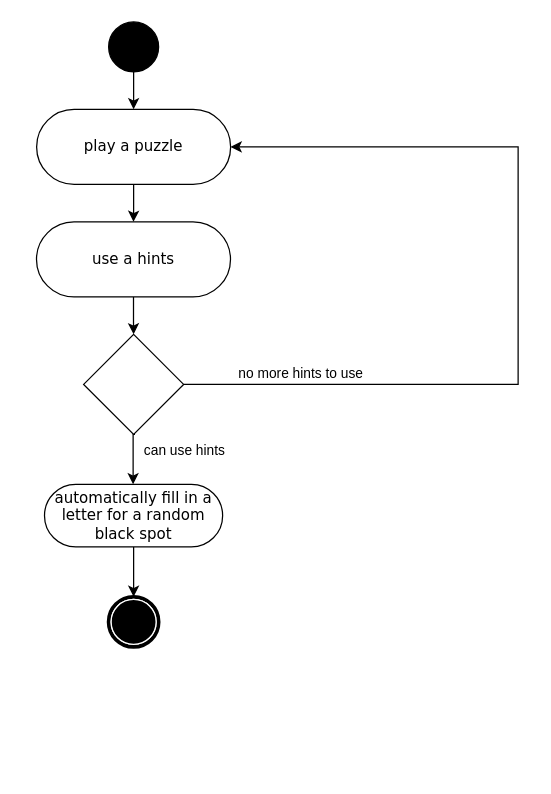
The draw.io diagram use hints.drawio in maxinimize/uml, before the edit. Source tidied: cells renumbered, new cells numbered last; positions are measured from the earlier drawing's top-left corner, leaving out a move shared by most shapes. Both pictures are drawn from the tidied source at 125%, with x=0, y=0 at pixel (36, 21).
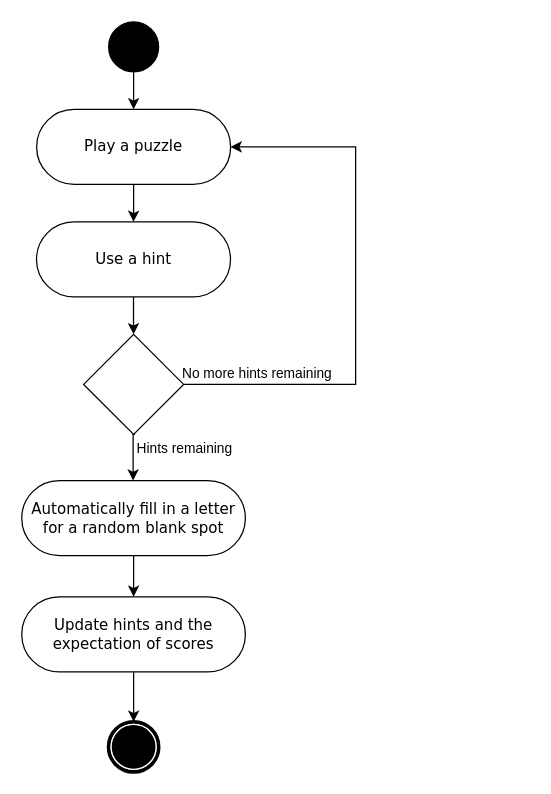
After the change.

Unchanged cells that the change refers to:
```xml
<mxCell id="9" style="edgeStyle=orthogonalEdgeStyle;rounded=0;jettySize=auto;html=1;" parent="1" edge="1" target="3">
  <mxGeometry relative="1" as="geometry">
    <mxPoint x="77" y="290" as="sourcePoint" />
    <Array as="points">
      <mxPoint x="78" y="290" />
      <mxPoint x="78" y="330" />
      <mxPoint x="77" y="330" />
    </Array>
  </mxGeometry>
</mxCell>
<mxCell id="13" style="rhombus;whiteSpace=wrap;html=1;" parent="1" vertex="1">
  <mxGeometry x="37.4" y="250" width="80" height="80" as="geometry" />
</mxCell>
```

What changed in the source:
```diff
@@
-    <mxCell id="2" style="edgeStyle=orthogonalEdgeStyle;rounded=0;jettySize=auto;html=1;" parent="1" edge="1" source="3" target="6">
-      <mxGeometry relative="1" as="geometry" />
-    </mxCell>
+    <mxCell id="16" style="edgeStyle=orthogonalEdgeStyle;rounded=0;jettySize=auto;html=1;" parent="1" edge="1" source="3" target="18">
+      <mxGeometry relative="1" as="geometry" />
+    </mxCell>
-    <mxCell id="3" value="automatically fill in a letter for a random black spot" style="rounded=1;whiteSpace=wrap;html=1;shadow=0;comic=0;labelBackgroundColor=none;strokeWidth=1;fontFamily=Verdana;fontSize=12;align=center;arcSize=50;" parent="1" vertex="1">
-      <mxGeometry x="6.1" y="370" width="142.5" height="50" as="geometry" />
+    <mxCell id="3" value="Automatically fill in a letter for a random blank spot" style="rounded=1;whiteSpace=wrap;html=1;shadow=0;comic=0;labelBackgroundColor=none;strokeWidth=1;fontFamily=Verdana;fontSize=12;align=center;arcSize=50;" parent="1" vertex="1">
+      <mxGeometry x="-12.1" y="367" width="178.9" height="60" as="geometry" />
     </mxCell>
@@
     <mxCell id="6" style="shape=mxgraph.bpmn.shape;html=1;verticalLabelPosition=bottom;labelBackgroundColor=#ffffff;verticalAlign=top;perimeter=ellipsePerimeter;outline=end;symbol=terminate;rounded=0;shadow=0;comic=0;strokeWidth=1;fontFamily=Verdana;fontSize=12;align=center;" parent="1" vertex="1">
-      <mxGeometry x="57.4" y="460" width="40" height="40" as="geometry" />
+      <mxGeometry x="57.4" y="560" width="40" height="40" as="geometry" />
     </mxCell>
@@
-    <mxCell id="8" value="play a puzzle" style="rounded=1;whiteSpace=wrap;html=1;shadow=0;comic=0;labelBackgroundColor=none;strokeWidth=1;fontFamily=Verdana;fontSize=12;align=center;arcSize=50;" parent="1" vertex="1">
+    <mxCell id="8" value="Play a puzzle" style="rounded=1;whiteSpace=wrap;html=1;shadow=0;comic=0;labelBackgroundColor=none;strokeWidth=1;fontFamily=Verdana;fontSize=12;align=center;arcSize=50;" parent="1" vertex="1">
       <mxGeometry x="-0.2" y="70" width="155.2" height="60" as="geometry" />
     </mxCell>
@@
-    <mxCell id="10" value="can use hints" style="edgeLabel;html=1;align=center;verticalAlign=middle;" parent="9" vertex="1">
+    <mxCell id="10" value="Hints remaining" style="edgeLabel;html=1;align=center;verticalAlign=middle;" parent="9" vertex="1">
       <mxGeometry x="0.32" y="2" relative="1" as="geometry">
         <mxPoint x="38" as="offset" />
       </mxGeometry>
     </mxCell>
     <mxCell id="11" style="edgeStyle=orthogonalEdgeStyle;rounded=0;jettySize=auto;html=1;entryX=1;entryY=0.5;entryDx=0;entryDy=0;" parent="1" edge="1" source="13" target="8">
       <mxGeometry relative="1" as="geometry">
         <Array as="points">
-          <mxPoint x="385" y="290" />
-          <mxPoint x="385" y="100" />
+          <mxPoint x="255" y="290" />
+          <mxPoint x="255" y="100" />
         </Array>
       </mxGeometry>
     </mxCell>
-    <mxCell id="12" value="no more hints to use" style="edgeLabel;html=1;align=center;verticalAlign=middle;" parent="11" vertex="1">
+    <mxCell id="12" value="No more hints remaining" style="edgeLabel;html=1;align=center;verticalAlign=middle;" parent="11" vertex="1">
       <mxGeometry x="-0.73" y="-3" relative="1" as="geometry">
         <mxPoint y="-13" as="offset" />
       </mxGeometry>
     </mxCell>
@@
-    <mxCell id="15" value="use a hints" style="rounded=1;whiteSpace=wrap;html=1;shadow=0;comic=0;labelBackgroundColor=none;strokeWidth=1;fontFamily=Verdana;fontSize=12;align=center;arcSize=50;" parent="1" vertex="1">
+    <mxCell id="15" value="Use a hint" style="rounded=1;whiteSpace=wrap;html=1;shadow=0;comic=0;labelBackgroundColor=none;strokeWidth=1;fontFamily=Verdana;fontSize=12;align=center;arcSize=50;" parent="1" vertex="1">
       <mxGeometry x="-0.3" y="160" width="155.2" height="60" as="geometry" />
     </mxCell>
+    <mxCell id="17" style="edgeStyle=orthogonalEdgeStyle;rounded=0;jettySize=auto;html=1;" parent="1" edge="1" source="18" target="6">
+      <mxGeometry relative="1" as="geometry" />
+    </mxCell>
+    <mxCell id="18" value="Update hints and the expectation of scores" style="rounded=1;whiteSpace=wrap;html=1;shadow=0;comic=0;labelBackgroundColor=none;strokeWidth=1;fontFamily=Verdana;fontSize=12;align=center;arcSize=50;" parent="1" vertex="1">
+      <mxGeometry x="-12.1" y="460" width="178.9" height="60" as="geometry" />
+    </mxCell>
```
